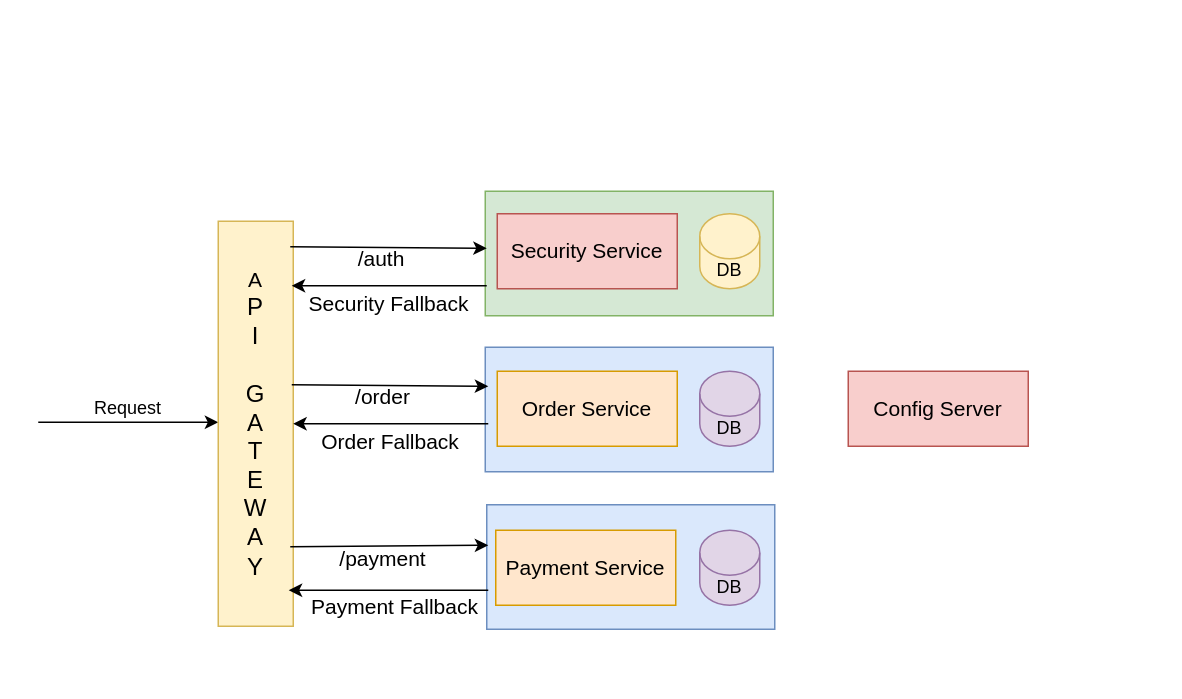
Earlier version of the draw.io diagram Architecture.drawio (mohitsoniji22/springboot-microservices). Source tidied: cells renumbered, new cells numbered last; positions are measured from the earlier drawing's top-left corner, leaving out a move shared by most shapes. Both pictures are drawn from the tidied source at 150%, with x=0, y=0 at pixel (38, 190). Pictures stored in the file or linked from it are replaced by grey dashed boxes.
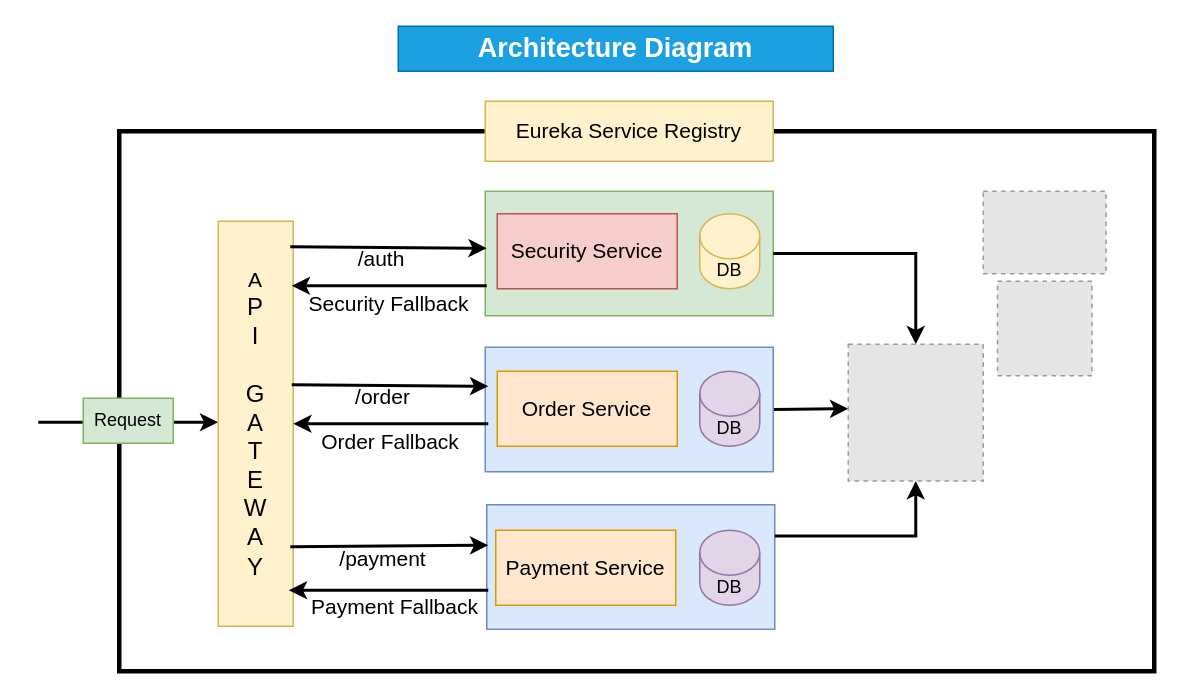
The same diagram, later.

The change refers to these unchanged cells:
```xml
<mxCell id="2" style="rounded=0;whiteSpace=wrap;html=1;fillColor=#dae8fc;strokeColor=#6c8ebf;" parent="1" vertex="1">
  <mxGeometry x="299" y="209" width="192" height="83" as="geometry" />
</mxCell>
<mxCell id="3" style="rounded=0;whiteSpace=wrap;html=1;fillColor=#dae8fc;strokeColor=#6c8ebf;" parent="1" vertex="1">
  <mxGeometry x="298" y="104" width="192" height="83" as="geometry" />
</mxCell>
<mxCell id="6" value="&lt;font style=&quot;font-size: 14px;&quot;&gt;A&lt;/font&gt;&lt;div&gt;&lt;font size=&quot;3&quot;&gt;P&lt;/font&gt;&lt;/div&gt;&lt;div&gt;&lt;font size=&quot;3&quot;&gt;I&lt;/font&gt;&lt;/div&gt;&lt;div&gt;&lt;font size=&quot;3&quot;&gt;&lt;br&gt;&lt;/font&gt;&lt;/div&gt;&lt;div&gt;&lt;font size=&quot;3&quot;&gt;G&lt;/font&gt;&lt;/div&gt;&lt;div&gt;&lt;font size=&quot;3&quot;&gt;A&lt;/font&gt;&lt;/div&gt;&lt;div&gt;&lt;font size=&quot;3&quot;&gt;T&lt;/font&gt;&lt;/div&gt;&lt;div&gt;&lt;font size=&quot;3&quot;&gt;E&lt;/font&gt;&lt;/div&gt;&lt;div&gt;&lt;font size=&quot;3&quot;&gt;W&lt;/font&gt;&lt;/div&gt;&lt;div&gt;&lt;font size=&quot;3&quot;&gt;A&lt;/font&gt;&lt;/div&gt;&lt;div&gt;&lt;font size=&quot;3&quot;&gt;Y&lt;/font&gt;&lt;/div&gt;" style="rounded=0;whiteSpace=wrap;html=1;fillColor=#fff2cc;strokeColor=#d6b656;" parent="1" vertex="1">
  <mxGeometry x="120" y="20" width="50" height="270" as="geometry" />
</mxCell>
<mxCell id="19" style="rounded=0;whiteSpace=wrap;html=1;fillColor=#d5e8d4;strokeColor=#82b366;" parent="1" vertex="1">
  <mxGeometry x="298" width="192" height="83" as="geometry" />
</mxCell>
```

The edit, as a diff of the source:
```diff
@@
+    <mxCell id="27" style="rounded=0;whiteSpace=wrap;html=1;strokeWidth=3;" parent="1" vertex="1">
+      <mxGeometry x="54" y="-40" width="690" height="360" as="geometry" />
+    </mxCell>
@@
+    <mxCell id="28" style="edgeStyle=orthogonalEdgeStyle;rounded=0;jettySize=auto;html=1;exitX=1;exitY=0.5;exitDx=0;exitDy=0;entryX=0;entryY=0.5;entryDx=0;entryDy=0;strokeWidth=2;" parent="1" edge="1" source="3">
+      <mxGeometry relative="1" as="geometry">
+        <mxPoint x="540" y="145" as="targetPoint" />
+      </mxGeometry>
+    </mxCell>
@@
-    <mxCell id="4" style="endArrow=classic;html=1;rounded=0;startSize=9;" parent="1" edge="1">
+    <mxCell id="4" style="endArrow=classic;html=1;rounded=0;startSize=9;strokeWidth=2;" parent="1" edge="1">
       <mxGeometry relative="1" as="geometry">
         <mxPoint y="154" as="sourcePoint" />
         <mxPoint x="120" y="154" as="targetPoint" />
       </mxGeometry>
     </mxCell>
-    <mxCell id="5" value="Request" style="text;html=1;whiteSpace=wrap;strokeColor=none;fillColor=none;align=center;verticalAlign=middle;rounded=0;" parent="1" vertex="1">
-      <mxGeometry x="30" y="130" width="60" height="30" as="geometry" />
+    <mxCell id="5" value="Request" style="text;html=1;whiteSpace=wrap;strokeColor=#82b366;fillColor=#d5e8d4;align=center;verticalAlign=middle;rounded=0;" parent="1" vertex="1">
+      <mxGeometry x="30" y="138" width="60" height="30" as="geometry" />
     </mxCell>
@@
-    <mxCell id="9" style="endArrow=classic;html=1;rounded=0;startSize=9;exitX=0.98;exitY=0.226;exitDx=0;exitDy=0;exitPerimeter=0;" parent="1" edge="1">
+    <mxCell id="9" style="endArrow=classic;html=1;rounded=0;startSize=9;exitX=0.98;exitY=0.226;exitDx=0;exitDy=0;exitPerimeter=0;strokeWidth=2;" parent="1" edge="1">
       <mxGeometry relative="1" as="geometry">
         <mxPoint x="169" y="129" as="sourcePoint" />
         <mxPoint x="300" y="130" as="targetPoint" />
       </mxGeometry>
     </mxCell>
@@
-    <mxCell id="11" style="endArrow=classic;html=1;rounded=0;startSize=9;exitX=0.98;exitY=0.226;exitDx=0;exitDy=0;exitPerimeter=0;" parent="1" edge="1">
+    <mxCell id="11" style="endArrow=classic;html=1;rounded=0;startSize=9;exitX=0.98;exitY=0.226;exitDx=0;exitDy=0;exitPerimeter=0;strokeWidth=2;" parent="1" edge="1">
       <mxGeometry relative="1" as="geometry">
         <mxPoint x="168" y="237" as="sourcePoint" />
         <mxPoint x="300" y="236" as="targetPoint" />
       </mxGeometry>
     </mxCell>
-    <mxCell id="12" style="endArrow=classic;html=1;rounded=0;startSize=9;" parent="1" edge="1" target="6">
+    <mxCell id="12" style="endArrow=classic;html=1;rounded=0;startSize=9;strokeWidth=2;" parent="1" edge="1" target="6">
       <mxGeometry relative="1" as="geometry">
         <mxPoint x="300" y="155" as="sourcePoint" />
       </mxGeometry>
     </mxCell>
@@
-    <mxCell id="16" style="endArrow=classic;html=1;rounded=0;startSize=9;entryX=0.98;entryY=0.219;entryDx=0;entryDy=0;entryPerimeter=0;" parent="1" edge="1">
+    <mxCell id="16" style="endArrow=classic;html=1;rounded=0;startSize=9;entryX=0.98;entryY=0.219;entryDx=0;entryDy=0;entryPerimeter=0;strokeWidth=2;" parent="1" edge="1">
       <mxGeometry relative="1" as="geometry">
         <mxPoint x="300" y="266" as="sourcePoint" />
         <mxPoint x="167" y="266" as="targetPoint" />
       </mxGeometry>
     </mxCell>
@@
-    <mxCell id="22" style="endArrow=classic;html=1;rounded=0;startSize=9;exitX=0.98;exitY=0.226;exitDx=0;exitDy=0;exitPerimeter=0;" parent="1" edge="1">
+    <mxCell id="22" style="endArrow=classic;html=1;rounded=0;startSize=9;exitX=0.98;exitY=0.226;exitDx=0;exitDy=0;exitPerimeter=0;strokeWidth=2;" parent="1" edge="1">
       <mxGeometry relative="1" as="geometry">
         <mxPoint x="168" y="37" as="sourcePoint" />
         <mxPoint x="299" y="38" as="targetPoint" />
       </mxGeometry>
     </mxCell>
@@
-    <mxCell id="24" style="endArrow=classic;html=1;rounded=0;startSize=9;" parent="1" edge="1">
+    <mxCell id="24" style="endArrow=classic;html=1;rounded=0;startSize=9;strokeWidth=2;" parent="1" edge="1">
       <mxGeometry relative="1" as="geometry">
         <mxPoint x="299" y="63" as="sourcePoint" />
         <mxPoint x="169" y="63" as="targetPoint" />
       </mxGeometry>
     </mxCell>
@@
-    <mxCell id="26" value="&lt;font style=&quot;font-size: 14px;&quot;&gt;Config Server&lt;/font&gt;" style="rounded=0;whiteSpace=wrap;html=1;fillColor=#f8cecc;strokeColor=#b85450;" parent="1" vertex="1">
-      <mxGeometry x="540" y="120" width="120" height="50" as="geometry" />
-    </mxCell>
+    <mxCell id="29" style="edgeStyle=orthogonalEdgeStyle;rounded=0;jettySize=auto;html=1;exitX=1;exitY=0.5;exitDx=0;exitDy=0;entryX=0.5;entryY=0;entryDx=0;entryDy=0;strokeWidth=2;" parent="1" edge="1" source="19" target="31">
+      <mxGeometry relative="1" as="geometry" />
+    </mxCell>
+    <mxCell id="30" style="edgeStyle=orthogonalEdgeStyle;rounded=0;jettySize=auto;html=1;exitX=1;exitY=0.25;exitDx=0;exitDy=0;entryX=0.5;entryY=1;entryDx=0;entryDy=0;strokeWidth=2;" parent="1" edge="1" source="2" target="31">
+      <mxGeometry relative="1" as="geometry" />
+    </mxCell>
+    <mxCell id="31" style="fillColor=#E6E6E6;strokeColor=#999999;dashed=1;verticalLabelPosition=bottom;verticalAlign=top;" parent="1" vertex="1">
+      <mxGeometry x="540" y="102" width="90" height="91.2" as="geometry" />
+    </mxCell>
+    <mxCell id="32" style="fillColor=#E6E6E6;strokeColor=#999999;dashed=1;verticalLabelPosition=bottom;verticalAlign=top;" parent="1" vertex="1">
+      <mxGeometry x="630" width="81.9" height="55" as="geometry" />
+    </mxCell>
+    <mxCell id="33" style="fillColor=#E6E6E6;strokeColor=#999999;dashed=1;verticalLabelPosition=bottom;verticalAlign=top;" parent="1" vertex="1">
+      <mxGeometry x="639.5" y="60" width="63" height="63" as="geometry" />
+    </mxCell>
+    <mxCell id="34" value="&lt;font style=&quot;font-size: 14px;&quot;&gt;Eureka Service Registry&lt;/font&gt;" style="rounded=0;whiteSpace=wrap;html=1;fillColor=#fff2cc;strokeColor=#d6b656;" parent="1" vertex="1">
+      <mxGeometry x="298" y="-60" width="192" height="40" as="geometry" />
+    </mxCell>
+    <mxCell id="35" value="&lt;font style=&quot;font-size: 18px;&quot;&gt;&lt;b&gt;Architecture Diagram&lt;/b&gt;&lt;/font&gt;" style="rounded=0;whiteSpace=wrap;html=1;fillColor=#1ba1e2;fontColor=#ffffff;strokeColor=#006EAF;" parent="1" vertex="1">
+      <mxGeometry x="240" y="-110" width="290" height="30" as="geometry" />
+    </mxCell>
```
